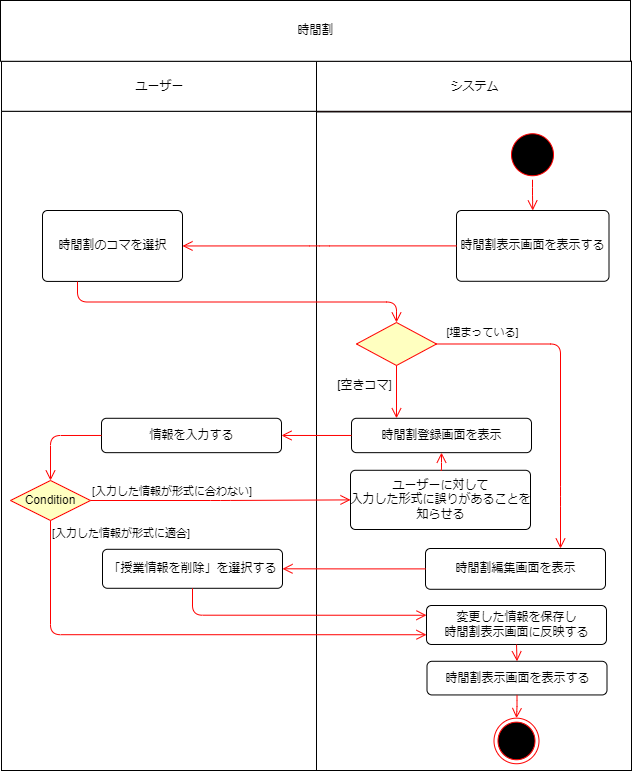
The draw.io diagram 振る舞い図/アクティビティ図/アクティビティ図＿時間割.drawio.png in masaki1234567/psp4, before a commit. Source tidied: cells renumbered, new cells last; positions are measured from the earlier drawing's top-left corner, leaving out a move shared by most shapes.
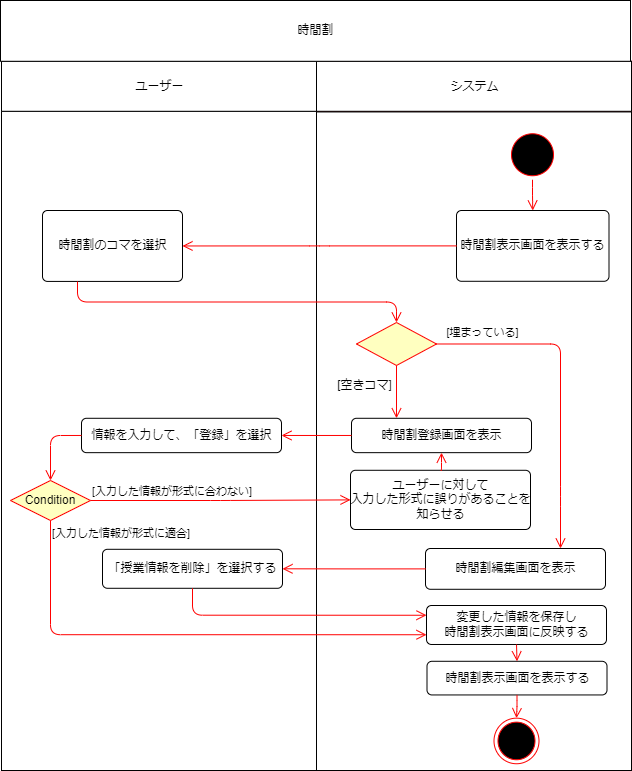
Later version of the same file.

Change to the diagram source:
```diff
@@ -20,8 +20,8 @@
     <mxCell id="7" value="時間割のコマを選択" style="html=1;align=center;verticalAlign=middle;rounded=1;absoluteArcSize=1;arcSize=10;dashed=0;" parent="4" vertex="1">
       <mxGeometry x="41" y="149.2" width="140" height="70.9" as="geometry" />
     </mxCell>
-    <mxCell id="8" value="情報を入力する" style="html=1;align=center;verticalAlign=middle;rounded=1;absoluteArcSize=1;arcSize=10;dashed=0;" parent="4" vertex="1">
-      <mxGeometry x="100" y="357" width="180" height="34.4" as="geometry" />
+    <mxCell id="8" value="情報を入力して、「登録」を選択" style="html=1;align=center;verticalAlign=middle;rounded=1;absoluteArcSize=1;arcSize=10;dashed=0;" parent="4" vertex="1">
+      <mxGeometry x="80" y="357" width="200" height="34.4" as="geometry" />
     </mxCell>
     <mxCell id="9" value="「授業情報を削除」を選択する" style="html=1;align=center;verticalAlign=middle;rounded=1;absoluteArcSize=1;arcSize=10;dashed=0;" parent="4" vertex="1">
       <mxGeometry x="101" y="488" width="180" height="39" as="geometry" />
```
